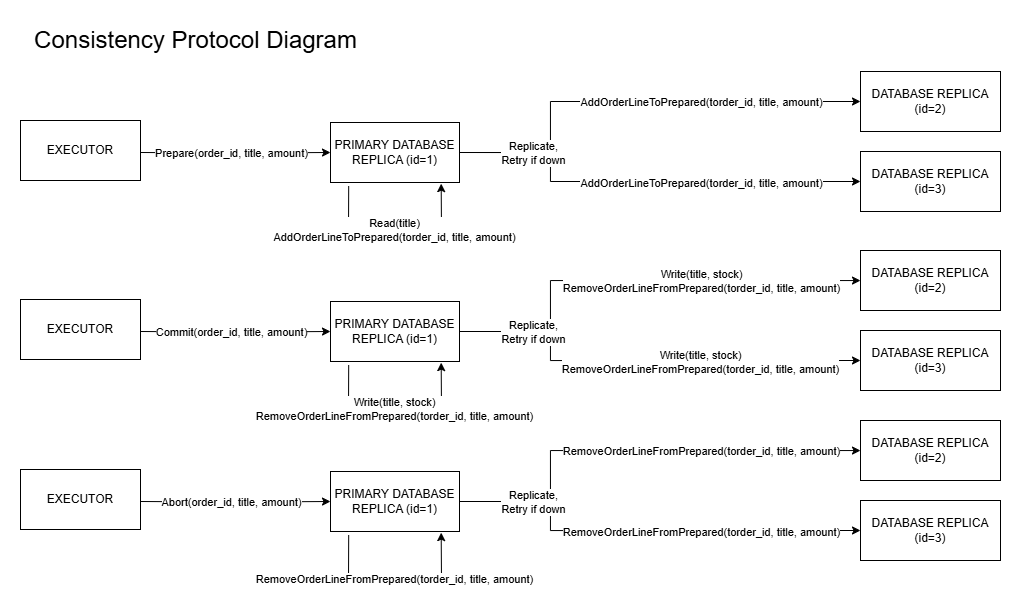
Earlier version of the draw.io export docs/consistency_protocol_diagram.drawio.png (Pihla/ds-practice-2025). Source tidied: cells renumbered, new cells last; positions are measured from the earlier drawing's top-left corner, leaving out a move shared by most shapes. Its diagram source:
```xml
<mxGraphModel>
  <root>
    <mxCell id="0" />
    <mxCell id="1" parent="0" />
    <mxCell id="2" style="edgeStyle=orthogonalEdgeStyle;rounded=0;jettySize=auto;html=1;exitX=1;exitY=0.5;exitDx=0;exitDy=0;entryX=0;entryY=0.5;entryDx=0;entryDy=0;" parent="1" edge="1" target="9">
      <mxGeometry relative="1" as="geometry">
        <mxPoint x="120" y="132" as="sourcePoint" />
      </mxGeometry>
    </mxCell>
    <mxCell id="3" value="Prepare(order_id, title, amount)" style="edgeLabel;html=1;align=center;verticalAlign=middle;" parent="2" vertex="1">
      <mxGeometry x="-0.13" y="-1" relative="1" as="geometry">
        <mxPoint x="7" y="-1" as="offset" />
      </mxGeometry>
    </mxCell>
    <mxCell id="4" value="EXECUTOR" style="rounded=0;whiteSpace=wrap;html=1;" parent="1" vertex="1">
      <mxGeometry y="100" width="120" height="60" as="geometry" />
    </mxCell>
    <mxCell id="5" style="edgeStyle=orthogonalEdgeStyle;rounded=0;jettySize=auto;html=1;exitX=1;exitY=0.5;exitDx=0;exitDy=0;" parent="1" edge="1" source="9" target="10">
      <mxGeometry relative="1" as="geometry">
        <Array as="points">
          <mxPoint x="530" y="132" />
          <mxPoint x="530" y="81" />
        </Array>
      </mxGeometry>
    </mxCell>
    <mxCell id="6" value="AddOrderLineToPrepared(torder_id, title, amount)" style="edgeLabel;html=1;align=center;verticalAlign=middle;" parent="5" vertex="1">
      <mxGeometry x="0.54" y="3" relative="1" as="geometry">
        <mxPoint x="-56" y="3" as="offset" />
      </mxGeometry>
    </mxCell>
    <mxCell id="7" style="edgeStyle=orthogonalEdgeStyle;rounded=0;jettySize=auto;html=1;exitX=1;exitY=0.5;exitDx=0;exitDy=0;entryX=0;entryY=0.5;entryDx=0;entryDy=0;" parent="1" edge="1" source="9" target="11">
      <mxGeometry relative="1" as="geometry">
        <Array as="points">
          <mxPoint x="530" y="132" />
          <mxPoint x="530" y="161" />
        </Array>
      </mxGeometry>
    </mxCell>
    <mxCell id="8" value="Replicate,&lt;div&gt;Retry if down&lt;/div&gt;" style="edgeLabel;html=1;align=center;verticalAlign=middle;" parent="7" vertex="1">
      <mxGeometry x="-0.65" y="1" relative="1" as="geometry">
        <mxPoint x="-1" y="1" as="offset" />
      </mxGeometry>
    </mxCell>
    <mxCell id="9" value="PRIMARY DATABASE REPLICA (id=1)" style="rounded=0;whiteSpace=wrap;html=1;" parent="1" vertex="1">
      <mxGeometry x="310" y="102" width="129" height="60" as="geometry" />
    </mxCell>
    <mxCell id="10" value="DATABASE REPLICA (id=2)" style="rounded=0;whiteSpace=wrap;html=1;" parent="1" vertex="1">
      <mxGeometry x="840" y="51" width="140" height="60" as="geometry" />
    </mxCell>
    <mxCell id="11" value="DATABASE REPLICA (id=3)" style="rounded=0;whiteSpace=wrap;html=1;" parent="1" vertex="1">
      <mxGeometry x="840" y="131" width="140" height="60" as="geometry" />
    </mxCell>
    <mxCell id="12" value="&lt;font style=&quot;font-size: 24px;&quot;&gt;Consistency Protocol Diagram&lt;/font&gt;" style="text;html=1;align=center;verticalAlign=middle;strokeColor=none;fillColor=none;" parent="1" vertex="1">
      <mxGeometry width="350" height="40" as="geometry" />
    </mxCell>
    <mxCell id="13" value="AddOrderLineToPrepared(torder_id, title, amount)" style="edgeLabel;html=1;align=center;verticalAlign=middle;" parent="1" vertex="1">
      <mxGeometry x="680" y="162" as="geometry" />
    </mxCell>
    <mxCell id="14" style="endArrow=classic;html=1;rounded=0;exitX=0.141;exitY=1.061;exitDx=0;exitDy=0;entryX=0.858;entryY=1.019;entryDx=0;entryDy=0;entryPerimeter=0;exitPerimeter=0;" parent="1" edge="1" source="9" target="9">
      <mxGeometry relative="1" as="geometry">
        <Array as="points">
          <mxPoint x="328" y="212" />
          <mxPoint x="421" y="212" />
        </Array>
      </mxGeometry>
    </mxCell>
    <mxCell id="15" value="Read(title)&lt;div&gt;AddOrderLineToPrepared(torder_id, title, amount)&lt;/div&gt;" style="edgeLabel;html=1;align=center;verticalAlign=middle;" parent="14" vertex="1">
      <mxGeometry x="0.07" y="3" relative="1" as="geometry">
        <mxPoint x="-8" as="offset" />
      </mxGeometry>
    </mxCell>
    <mxCell id="16" style="edgeStyle=orthogonalEdgeStyle;rounded=0;jettySize=auto;html=1;exitX=1;exitY=0.5;exitDx=0;exitDy=0;entryX=0;entryY=0.5;entryDx=0;entryDy=0;" parent="1" edge="1" target="23">
      <mxGeometry relative="1" as="geometry">
        <mxPoint x="120" y="311" as="sourcePoint" />
      </mxGeometry>
    </mxCell>
    <mxCell id="17" value="Commit(order_id, title, amount)" style="edgeLabel;html=1;align=center;verticalAlign=middle;" parent="16" vertex="1">
      <mxGeometry x="-0.13" y="-1" relative="1" as="geometry">
        <mxPoint x="7" y="-1" as="offset" />
      </mxGeometry>
    </mxCell>
    <mxCell id="18" value="EXECUTOR" style="rounded=0;whiteSpace=wrap;html=1;" parent="1" vertex="1">
      <mxGeometry y="279" width="120" height="60" as="geometry" />
    </mxCell>
    <mxCell id="19" style="edgeStyle=orthogonalEdgeStyle;rounded=0;jettySize=auto;html=1;exitX=1;exitY=0.5;exitDx=0;exitDy=0;" parent="1" edge="1" source="23" target="24">
      <mxGeometry relative="1" as="geometry">
        <Array as="points">
          <mxPoint x="530" y="311" />
          <mxPoint x="530" y="260" />
        </Array>
      </mxGeometry>
    </mxCell>
    <mxCell id="20" value="Write(title, stock)&lt;div&gt;RemoveOrderLineFromPrepared(torder_id, title, amount)&lt;/div&gt;" style="edgeLabel;html=1;align=center;verticalAlign=middle;" parent="19" vertex="1">
      <mxGeometry x="0.54" y="3" relative="1" as="geometry">
        <mxPoint x="-56" y="3" as="offset" />
      </mxGeometry>
    </mxCell>
    <mxCell id="21" style="edgeStyle=orthogonalEdgeStyle;rounded=0;jettySize=auto;html=1;exitX=1;exitY=0.5;exitDx=0;exitDy=0;entryX=0;entryY=0.5;entryDx=0;entryDy=0;" parent="1" edge="1" source="23" target="25">
      <mxGeometry relative="1" as="geometry">
        <Array as="points">
          <mxPoint x="530" y="311" />
          <mxPoint x="530" y="340" />
        </Array>
      </mxGeometry>
    </mxCell>
    <mxCell id="22" value="Replicate,&lt;div&gt;Retry if down&lt;/div&gt;" style="edgeLabel;html=1;align=center;verticalAlign=middle;" parent="21" vertex="1">
      <mxGeometry x="-0.65" y="1" relative="1" as="geometry">
        <mxPoint x="-1" y="1" as="offset" />
      </mxGeometry>
    </mxCell>
    <mxCell id="23" value="PRIMARY DATABASE REPLICA (id=1)" style="rounded=0;whiteSpace=wrap;html=1;" parent="1" vertex="1">
      <mxGeometry x="310" y="281" width="129" height="60" as="geometry" />
    </mxCell>
    <mxCell id="24" value="DATABASE REPLICA (id=2)" style="rounded=0;whiteSpace=wrap;html=1;" parent="1" vertex="1">
      <mxGeometry x="840" y="230" width="140" height="60" as="geometry" />
    </mxCell>
    <mxCell id="25" value="DATABASE REPLICA (id=3)" style="rounded=0;whiteSpace=wrap;html=1;" parent="1" vertex="1">
      <mxGeometry x="840" y="310" width="140" height="60" as="geometry" />
    </mxCell>
    <mxCell id="26" value="Write(title, stock)&lt;div&gt;RemoveOrderLineFromPrepared(torder_id, title, amount)&lt;/div&gt;" style="edgeLabel;html=1;align=center;verticalAlign=middle;" parent="1" vertex="1">
      <mxGeometry x="680" y="341" as="geometry">
        <mxPoint x="-1" as="offset" />
      </mxGeometry>
    </mxCell>
    <mxCell id="27" style="endArrow=classic;html=1;rounded=0;exitX=0.141;exitY=1.061;exitDx=0;exitDy=0;entryX=0.858;entryY=1.019;entryDx=0;entryDy=0;entryPerimeter=0;exitPerimeter=0;" parent="1" edge="1" source="23" target="23">
      <mxGeometry relative="1" as="geometry">
        <Array as="points">
          <mxPoint x="328" y="391" />
          <mxPoint x="421" y="391" />
        </Array>
      </mxGeometry>
    </mxCell>
    <mxCell id="28" value="Write(title, stock)&lt;div&gt;RemoveOrderLineFromPrepared(torder_id, title, amount)&lt;/div&gt;" style="edgeLabel;html=1;align=center;verticalAlign=middle;" parent="27" vertex="1">
      <mxGeometry x="0.07" y="3" relative="1" as="geometry">
        <mxPoint x="-8" as="offset" />
      </mxGeometry>
    </mxCell>
    <mxCell id="29" style="edgeStyle=orthogonalEdgeStyle;rounded=0;jettySize=auto;html=1;exitX=1;exitY=0.5;exitDx=0;exitDy=0;entryX=0;entryY=0.5;entryDx=0;entryDy=0;" parent="1" edge="1" target="36">
      <mxGeometry relative="1" as="geometry">
        <mxPoint x="120" y="481" as="sourcePoint" />
      </mxGeometry>
    </mxCell>
    <mxCell id="30" value="Abort(order_id, title, amount)" style="edgeLabel;html=1;align=center;verticalAlign=middle;" parent="29" vertex="1">
      <mxGeometry x="-0.13" y="-1" relative="1" as="geometry">
        <mxPoint x="7" y="-1" as="offset" />
      </mxGeometry>
    </mxCell>
    <mxCell id="31" value="EXECUTOR" style="rounded=0;whiteSpace=wrap;html=1;" parent="1" vertex="1">
      <mxGeometry y="449" width="120" height="60" as="geometry" />
    </mxCell>
    <mxCell id="32" style="edgeStyle=orthogonalEdgeStyle;rounded=0;jettySize=auto;html=1;exitX=1;exitY=0.5;exitDx=0;exitDy=0;" parent="1" edge="1" source="36" target="37">
      <mxGeometry relative="1" as="geometry">
        <Array as="points">
          <mxPoint x="530" y="481" />
          <mxPoint x="530" y="430" />
        </Array>
      </mxGeometry>
    </mxCell>
    <mxCell id="33" value="RemoveOrderLineFromPrepared(torder_id, title, amount)" style="edgeLabel;html=1;align=center;verticalAlign=middle;" parent="32" vertex="1">
      <mxGeometry x="0.54" y="3" relative="1" as="geometry">
        <mxPoint x="-56" y="3" as="offset" />
      </mxGeometry>
    </mxCell>
    <mxCell id="34" style="edgeStyle=orthogonalEdgeStyle;rounded=0;jettySize=auto;html=1;exitX=1;exitY=0.5;exitDx=0;exitDy=0;entryX=0;entryY=0.5;entryDx=0;entryDy=0;" parent="1" edge="1" source="36" target="38">
      <mxGeometry relative="1" as="geometry">
        <Array as="points">
          <mxPoint x="530" y="481" />
          <mxPoint x="530" y="510" />
        </Array>
      </mxGeometry>
    </mxCell>
    <mxCell id="35" value="Replicate,&lt;div&gt;Retry if down&lt;/div&gt;" style="edgeLabel;html=1;align=center;verticalAlign=middle;" parent="34" vertex="1">
      <mxGeometry x="-0.65" y="1" relative="1" as="geometry">
        <mxPoint x="-1" y="1" as="offset" />
      </mxGeometry>
    </mxCell>
    <mxCell id="36" value="PRIMARY DATABASE REPLICA (id=1)" style="rounded=0;whiteSpace=wrap;html=1;" parent="1" vertex="1">
      <mxGeometry x="310" y="451" width="129" height="60" as="geometry" />
    </mxCell>
    <mxCell id="37" value="DATABASE REPLICA (id=2)" style="rounded=0;whiteSpace=wrap;html=1;" parent="1" vertex="1">
      <mxGeometry x="840" y="400" width="140" height="60" as="geometry" />
    </mxCell>
    <mxCell id="38" value="DATABASE REPLICA (id=3)" style="rounded=0;whiteSpace=wrap;html=1;" parent="1" vertex="1">
      <mxGeometry x="840" y="480" width="140" height="60" as="geometry" />
    </mxCell>
    <mxCell id="39" value="RemoveOrderLineFromPrepared(torder_id, title, amount)" style="edgeLabel;html=1;align=center;verticalAlign=middle;" parent="1" vertex="1">
      <mxGeometry x="680" y="511" as="geometry" />
    </mxCell>
    <mxCell id="40" style="endArrow=classic;html=1;rounded=0;exitX=0.141;exitY=1.061;exitDx=0;exitDy=0;entryX=0.858;entryY=1.019;entryDx=0;entryDy=0;entryPerimeter=0;exitPerimeter=0;" parent="1" edge="1" source="36" target="36">
      <mxGeometry relative="1" as="geometry">
        <Array as="points">
          <mxPoint x="328" y="561" />
          <mxPoint x="421" y="561" />
        </Array>
      </mxGeometry>
    </mxCell>
    <mxCell id="41" value="&lt;span style=&quot;background-color: light-dark(#ffffff, var(--ge-dark-color, #121212)); color: light-dark(rgb(0, 0, 0), rgb(255, 255, 255));&quot;&gt;RemoveOrderLineFromPrepared(torder_id, title, amount)&lt;/span&gt;" style="edgeLabel;html=1;align=center;verticalAlign=middle;" parent="40" vertex="1">
      <mxGeometry x="0.07" y="3" relative="1" as="geometry">
        <mxPoint x="-8" as="offset" />
      </mxGeometry>
    </mxCell>
  </root>
</mxGraphModel>
```
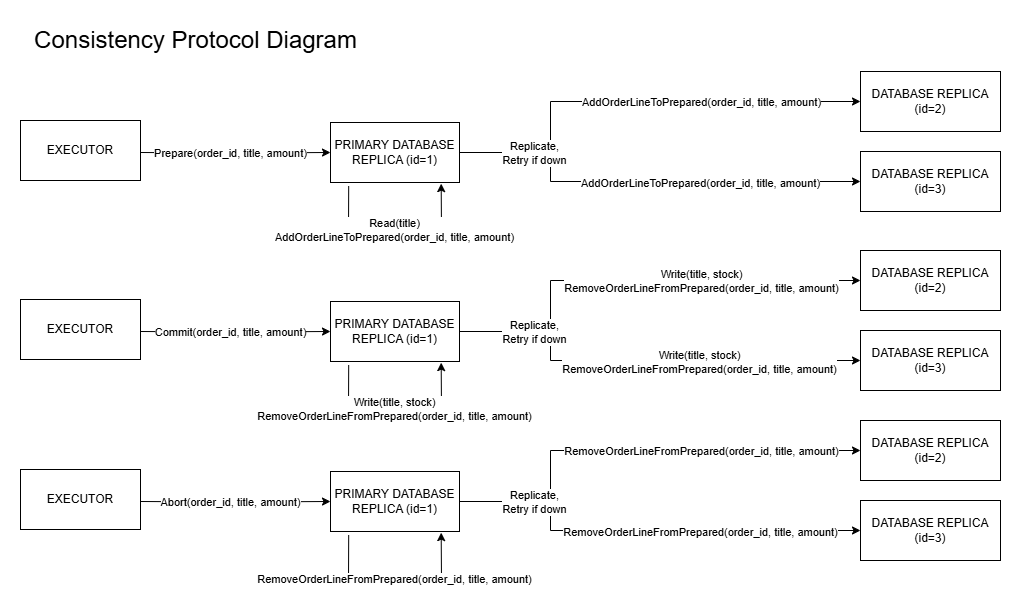
The same file after the commit.

Diff of the diagram source:
```diff
@@ -23,7 +23,7 @@
         </Array>
       </mxGeometry>
     </mxCell>
-    <mxCell id="6" value="AddOrderLineToPrepared(torder_id, title, amount)" style="edgeLabel;html=1;align=center;verticalAlign=middle;" parent="5" vertex="1">
+    <mxCell id="6" value="AddOrderLineToPrepared(order_id, title, amount)" style="edgeLabel;html=1;align=center;verticalAlign=middle;" parent="5" vertex="1">
       <mxGeometry x="0.54" y="3" relative="1" as="geometry">
         <mxPoint x="-56" y="3" as="offset" />
       </mxGeometry>
@@ -53,7 +53,7 @@
     <mxCell id="12" value="&lt;font style=&quot;font-size: 24px;&quot;&gt;Consistency Protocol Diagram&lt;/font&gt;" style="text;html=1;align=center;verticalAlign=middle;strokeColor=none;fillColor=none;" parent="1" vertex="1">
       <mxGeometry width="350" height="40" as="geometry" />
     </mxCell>
-    <mxCell id="13" value="AddOrderLineToPrepared(torder_id, title, amount)" style="edgeLabel;html=1;align=center;verticalAlign=middle;" parent="1" vertex="1">
+    <mxCell id="13" value="AddOrderLineToPrepared(order_id, title, amount)" style="edgeLabel;html=1;align=center;verticalAlign=middle;" parent="1" vertex="1">
       <mxGeometry x="680" y="162" as="geometry" />
     </mxCell>
     <mxCell id="14" style="endArrow=classic;html=1;rounded=0;exitX=0.141;exitY=1.061;exitDx=0;exitDy=0;entryX=0.858;entryY=1.019;entryDx=0;entryDy=0;entryPerimeter=0;exitPerimeter=0;" parent="1" edge="1" source="9" target="9">
@@ -64,7 +64,7 @@
         </Array>
       </mxGeometry>
     </mxCell>
-    <mxCell id="15" value="Read(title)&lt;div&gt;AddOrderLineToPrepared(torder_id, title, amount)&lt;/div&gt;" style="edgeLabel;html=1;align=center;verticalAlign=middle;" parent="14" vertex="1">
+    <mxCell id="15" value="Read(title)&lt;div&gt;AddOrderLineToPrepared(order_id, title, amount)&lt;/div&gt;" style="edgeLabel;html=1;align=center;verticalAlign=middle;" parent="14" vertex="1">
       <mxGeometry x="0.07" y="3" relative="1" as="geometry">
         <mxPoint x="-8" as="offset" />
       </mxGeometry>
@@ -90,7 +90,7 @@
         </Array>
       </mxGeometry>
     </mxCell>
-    <mxCell id="20" value="Write(title, stock)&lt;div&gt;RemoveOrderLineFromPrepared(torder_id, title, amount)&lt;/div&gt;" style="edgeLabel;html=1;align=center;verticalAlign=middle;" parent="19" vertex="1">
+    <mxCell id="20" value="Write(title, stock)&lt;div&gt;RemoveOrderLineFromPrepared(order_id, title, amount)&lt;/div&gt;" style="edgeLabel;html=1;align=center;verticalAlign=middle;" parent="19" vertex="1">
       <mxGeometry x="0.54" y="3" relative="1" as="geometry">
         <mxPoint x="-56" y="3" as="offset" />
       </mxGeometry>
@@ -117,7 +117,7 @@
     <mxCell id="25" value="DATABASE REPLICA (id=3)" style="rounded=0;whiteSpace=wrap;html=1;" parent="1" vertex="1">
       <mxGeometry x="840" y="310" width="140" height="60" as="geometry" />
     </mxCell>
-    <mxCell id="26" value="Write(title, stock)&lt;div&gt;RemoveOrderLineFromPrepared(torder_id, title, amount)&lt;/div&gt;" style="edgeLabel;html=1;align=center;verticalAlign=middle;" parent="1" vertex="1">
+    <mxCell id="26" value="Write(title, stock)&lt;div&gt;RemoveOrderLineFromPrepared(order_id, title, amount)&lt;/div&gt;" style="edgeLabel;html=1;align=center;verticalAlign=middle;" parent="1" vertex="1">
       <mxGeometry x="680" y="341" as="geometry">
         <mxPoint x="-1" as="offset" />
       </mxGeometry>
@@ -130,7 +130,7 @@
         </Array>
       </mxGeometry>
     </mxCell>
-    <mxCell id="28" value="Write(title, stock)&lt;div&gt;RemoveOrderLineFromPrepared(torder_id, title, amount)&lt;/div&gt;" style="edgeLabel;html=1;align=center;verticalAlign=middle;" parent="27" vertex="1">
+    <mxCell id="28" value="Write(title, stock)&lt;div&gt;RemoveOrderLineFromPrepared(order_id, title, amount)&lt;/div&gt;" style="edgeLabel;html=1;align=center;verticalAlign=middle;" parent="27" vertex="1">
       <mxGeometry x="0.07" y="3" relative="1" as="geometry">
         <mxPoint x="-8" as="offset" />
       </mxGeometry>
@@ -156,7 +156,7 @@
         </Array>
       </mxGeometry>
     </mxCell>
-    <mxCell id="33" value="RemoveOrderLineFromPrepared(torder_id, title, amount)" style="edgeLabel;html=1;align=center;verticalAlign=middle;" parent="32" vertex="1">
+    <mxCell id="33" value="RemoveOrderLineFromPrepared(order_id, title, amount)" style="edgeLabel;html=1;align=center;verticalAlign=middle;" parent="32" vertex="1">
       <mxGeometry x="0.54" y="3" relative="1" as="geometry">
         <mxPoint x="-56" y="3" as="offset" />
       </mxGeometry>
@@ -183,7 +183,7 @@
     <mxCell id="38" value="DATABASE REPLICA (id=3)" style="rounded=0;whiteSpace=wrap;html=1;" parent="1" vertex="1">
       <mxGeometry x="840" y="480" width="140" height="60" as="geometry" />
     </mxCell>
-    <mxCell id="39" value="RemoveOrderLineFromPrepared(torder_id, title, amount)" style="edgeLabel;html=1;align=center;verticalAlign=middle;" parent="1" vertex="1">
+    <mxCell id="39" value="RemoveOrderLineFromPrepared(order_id, title, amount)" style="edgeLabel;html=1;align=center;verticalAlign=middle;" parent="1" vertex="1">
       <mxGeometry x="680" y="511" as="geometry" />
     </mxCell>
     <mxCell id="40" style="endArrow=classic;html=1;rounded=0;exitX=0.141;exitY=1.061;exitDx=0;exitDy=0;entryX=0.858;entryY=1.019;entryDx=0;entryDy=0;entryPerimeter=0;exitPerimeter=0;" parent="1" edge="1" source="36" target="36">
@@ -194,7 +194,7 @@
         </Array>
       </mxGeometry>
     </mxCell>
-    <mxCell id="41" value="&lt;span style=&quot;background-color: light-dark(#ffffff, var(--ge-dark-color, #121212)); color: light-dark(rgb(0, 0, 0), rgb(255, 255, 255));&quot;&gt;RemoveOrderLineFromPrepared(torder_id, title, amount)&lt;/span&gt;" style="edgeLabel;html=1;align=center;verticalAlign=middle;" parent="40" vertex="1">
+    <mxCell id="41" value="&lt;span style=&quot;background-color: light-dark(#ffffff, var(--ge-dark-color, #121212)); color: light-dark(rgb(0, 0, 0), rgb(255, 255, 255));&quot;&gt;RemoveOrderLineFromPrepared(order_id, title, amount)&lt;/span&gt;" style="edgeLabel;html=1;align=center;verticalAlign=middle;" parent="40" vertex="1">
       <mxGeometry x="0.07" y="3" relative="1" as="geometry">
         <mxPoint x="-8" as="offset" />
       </mxGeometry>
```
